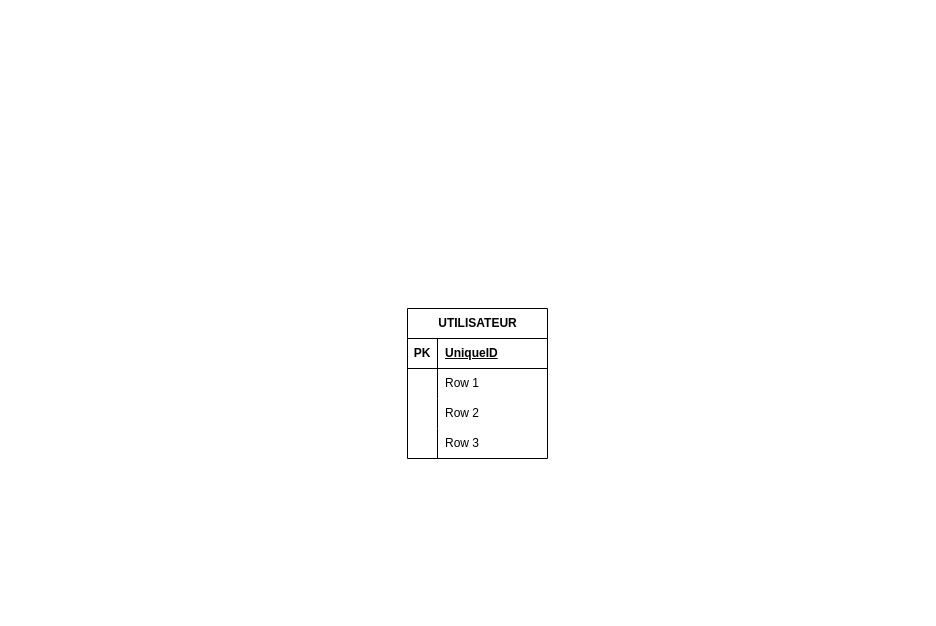
Above: Diagramme 2 sans nom.drawio in vsilvanska/examen-info-2023 (draw.io), before the change. Source tidied: cells renumbered, new cells numbered last; positions are measured from the earlier drawing's top-left corner, leaving out a move shared by most shapes. Both pictures are drawn from the tidied source at 100%, with x=0, y=0 at pixel (407, 308).
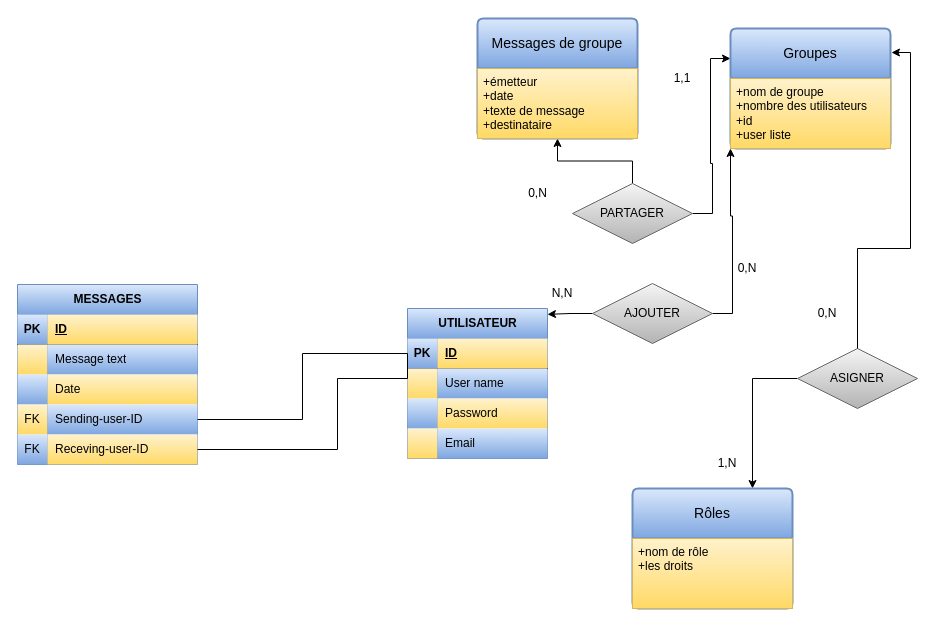
The same diagram, later.

Commit message (it also covers changes not shown here):
Mettre à jour Diagramme 2 sans nom.drawio

Unchanged cells that the change refers to:
```xml
<mxCell id="3" style="shape=tableRow;horizontal=0;startSize=0;swimlaneHead=0;swimlaneBody=0;fillColor=none;points=[[0,0.5],[1,0.5]];portConstraint=eastwest;top=0;left=0;right=0;bottom=1;" parent="2" vertex="1">
  <mxGeometry y="30" width="140" height="30" as="geometry" />
</mxCell>
```

The edit, as a diff of the source:
```diff
@@
-    <mxCell id="2" value="UTILISATEUR" style="shape=table;startSize=30;childLayout=tableLayout;rowLines=0;fontStyle=1;align=center;html=1;" parent="1" vertex="1">
+    <mxCell id="2" value="UTILISATEUR" style="shape=table;startSize=30;childLayout=tableLayout;rowLines=0;fontStyle=1;align=center;html=1;fillColor=#dae8fc;gradientColor=#7ea6e0;strokeColor=#6c8ebf;" parent="1" vertex="1">
       <mxGeometry width="140" height="150" as="geometry" />
     </mxCell>
@@
-    <mxCell id="4" value="PK" style="shape=partialRectangle;fillColor=none;top=0;left=0;bottom=0;right=0;fontStyle=1;overflow=hidden;whiteSpace=wrap;html=1;" parent="3" vertex="1">
+    <mxCell id="4" value="PK" style="shape=partialRectangle;fillColor=#dae8fc;top=0;left=0;bottom=0;right=0;fontStyle=1;overflow=hidden;whiteSpace=wrap;html=1;gradientColor=#7ea6e0;strokeColor=#6c8ebf;" parent="3" vertex="1">
       <mxGeometry width="30" height="30" as="geometry" />
     </mxCell>
-    <mxCell id="5" value="UniqueID" style="shape=partialRectangle;fillColor=none;top=0;left=0;bottom=0;right=0;align=left;spacingLeft=6;fontStyle=5;overflow=hidden;whiteSpace=wrap;html=1;" parent="3" vertex="1">
+    <mxCell id="5" value="ID" style="shape=partialRectangle;fillColor=#fff2cc;top=0;left=0;bottom=0;right=0;align=left;spacingLeft=6;fontStyle=5;overflow=hidden;whiteSpace=wrap;html=1;gradientColor=#ffd966;strokeColor=#d6b656;" parent="3" vertex="1">
       <mxGeometry x="30" width="110" height="30" as="geometry" />
     </mxCell>
-    <mxCell id="6" style="shape=tableRow;horizontal=0;startSize=0;swimlaneHead=0;swimlaneBody=0;fillColor=none;top=0;left=0;right=0;bottom=0;" parent="2" vertex="1">
-      <mxGeometry y="60" width="140" height="30" as="geometry" />
-    </mxCell>
-    <mxCell id="7" style="shape=partialRectangle;fillColor=none;top=0;left=0;bottom=0;right=0;overflow=hidden;whiteSpace=wrap;html=1;" parent="6" vertex="1">
-      <mxGeometry width="30" height="30" as="geometry" />
-    </mxCell>
-    <mxCell id="8" value="Row 1" style="shape=partialRectangle;fillColor=none;top=0;left=0;bottom=0;right=0;align=left;spacingLeft=6;overflow=hidden;whiteSpace=wrap;html=1;" parent="6" vertex="1">
-      <mxGeometry x="30" width="110" height="30" as="geometry" />
-    </mxCell>
     <mxCell id="9" style="shape=tableRow;horizontal=0;startSize=0;swimlaneHead=0;swimlaneBody=0;fillColor=none;top=0;left=0;right=0;bottom=0;" parent="2" vertex="1">
-      <mxGeometry y="90" width="140" height="30" as="geometry" />
+      <mxGeometry y="60" width="140" height="30" as="geometry" />
     </mxCell>
-    <mxCell id="10" style="shape=partialRectangle;fillColor=none;top=0;left=0;bottom=0;right=0;overflow=hidden;whiteSpace=wrap;html=1;" parent="9" vertex="1">
+    <mxCell id="10" style="shape=partialRectangle;fillColor=#fff2cc;top=0;left=0;bottom=0;right=0;overflow=hidden;whiteSpace=wrap;html=1;gradientColor=#ffd966;strokeColor=#d6b656;" parent="9" vertex="1">
       <mxGeometry width="30" height="30" as="geometry" />
     </mxCell>
-    <mxCell id="11" value="Row 2" style="shape=partialRectangle;fillColor=none;top=0;left=0;bottom=0;right=0;align=left;spacingLeft=6;overflow=hidden;whiteSpace=wrap;html=1;" parent="9" vertex="1">
+    <mxCell id="11" value="User name" style="shape=partialRectangle;fillColor=#dae8fc;top=0;left=0;bottom=0;right=0;align=left;spacingLeft=6;overflow=hidden;whiteSpace=wrap;html=1;gradientColor=#7ea6e0;strokeColor=#6c8ebf;" parent="9" vertex="1">
       <mxGeometry x="30" width="110" height="30" as="geometry" />
     </mxCell>
     <mxCell id="12" style="shape=tableRow;horizontal=0;startSize=0;swimlaneHead=0;swimlaneBody=0;fillColor=none;top=0;left=0;right=0;bottom=0;" parent="2" vertex="1">
-      <mxGeometry y="120" width="140" height="30" as="geometry" />
+      <mxGeometry y="90" width="140" height="30" as="geometry" />
     </mxCell>
-    <mxCell id="13" style="shape=partialRectangle;fillColor=none;top=0;left=0;bottom=0;right=0;overflow=hidden;whiteSpace=wrap;html=1;" parent="12" vertex="1">
+    <mxCell id="13" style="shape=partialRectangle;fillColor=#dae8fc;top=0;left=0;bottom=0;right=0;overflow=hidden;whiteSpace=wrap;html=1;gradientColor=#7ea6e0;strokeColor=#6c8ebf;" parent="12" vertex="1">
       <mxGeometry width="30" height="30" as="geometry" />
     </mxCell>
-    <mxCell id="14" value="Row 3" style="shape=partialRectangle;fillColor=none;top=0;left=0;bottom=0;right=0;align=left;spacingLeft=6;overflow=hidden;whiteSpace=wrap;html=1;" parent="12" vertex="1">
+    <mxCell id="14" value="Password" style="shape=partialRectangle;fillColor=#fff2cc;top=0;left=0;bottom=0;right=0;align=left;spacingLeft=6;overflow=hidden;whiteSpace=wrap;html=1;gradientColor=#ffd966;strokeColor=#d6b656;" parent="12" vertex="1">
       <mxGeometry x="30" width="110" height="30" as="geometry" />
     </mxCell>
+    <mxCell id="15" style="shape=tableRow;horizontal=0;startSize=0;swimlaneHead=0;swimlaneBody=0;fillColor=none;top=0;left=0;right=0;bottom=0;" parent="2" vertex="1">
+      <mxGeometry y="120" width="140" height="30" as="geometry" />
+    </mxCell>
+    <mxCell id="16" style="shape=partialRectangle;fillColor=#fff2cc;top=0;left=0;bottom=0;right=0;overflow=hidden;whiteSpace=wrap;html=1;gradientColor=#ffd966;strokeColor=#d6b656;" parent="15" vertex="1">
+      <mxGeometry width="30" height="30" as="geometry" />
+    </mxCell>
+    <mxCell id="17" value="Email" style="shape=partialRectangle;fillColor=#dae8fc;top=0;left=0;bottom=0;right=0;align=left;spacingLeft=6;overflow=hidden;whiteSpace=wrap;html=1;gradientColor=#7ea6e0;strokeColor=#6c8ebf;" parent="15" vertex="1">
+      <mxGeometry x="30" width="110" height="30" as="geometry" />
+    </mxCell>
+    <mxCell id="18" style="edgeStyle=orthogonalEdgeStyle;rounded=0;jettySize=auto;html=1;entryX=0.75;entryY=0;entryDx=0;entryDy=0;" parent="1" edge="1" source="19" target="32">
+      <mxGeometry relative="1" as="geometry" />
+    </mxCell>
+    <mxCell id="19" value="ASIGNER" style="shape=rhombus;perimeter=rhombusPerimeter;whiteSpace=wrap;html=1;align=center;fillColor=#f5f5f5;strokeColor=#666666;gradientColor=#b3b3b3;" parent="1" vertex="1">
+      <mxGeometry x="390" y="40" width="120" height="60" as="geometry" />
+    </mxCell>
+    <mxCell id="20" style="edgeStyle=orthogonalEdgeStyle;rounded=0;jettySize=auto;html=1;exitX=0;exitY=0.5;exitDx=0;exitDy=0;entryX=1;entryY=0.039;entryDx=0;entryDy=0;entryPerimeter=0;" parent="1" edge="1" source="22" target="2">
+      <mxGeometry relative="1" as="geometry" />
+    </mxCell>
+    <mxCell id="21" style="edgeStyle=orthogonalEdgeStyle;rounded=0;jettySize=auto;html=1;entryX=0;entryY=1;entryDx=0;entryDy=0;" parent="1" edge="1" source="22" target="35">
+      <mxGeometry relative="1" as="geometry" />
+    </mxCell>
+    <mxCell id="22" value="AJOUTER" style="shape=rhombus;perimeter=rhombusPerimeter;whiteSpace=wrap;html=1;align=center;fillColor=#f5f5f5;strokeColor=#666666;gradientColor=#b3b3b3;" parent="1" vertex="1">
+      <mxGeometry x="185" y="-25" width="120" height="60" as="geometry" />
+    </mxCell>
+    <mxCell id="23" style="edgeStyle=orthogonalEdgeStyle;rounded=0;jettySize=auto;html=1;entryX=0.5;entryY=1;entryDx=0;entryDy=0;" parent="1" edge="1" source="25" target="37">
+      <mxGeometry relative="1" as="geometry" />
+    </mxCell>
+    <mxCell id="24" style="edgeStyle=orthogonalEdgeStyle;rounded=0;jettySize=auto;html=1;entryX=0;entryY=0.25;entryDx=0;entryDy=0;" parent="1" edge="1" source="25" target="34">
+      <mxGeometry relative="1" as="geometry" />
+    </mxCell>
+    <mxCell id="25" value="PARTAGER" style="shape=rhombus;perimeter=rhombusPerimeter;whiteSpace=wrap;html=1;align=center;fillColor=#f5f5f5;strokeColor=#666666;gradientColor=#b3b3b3;" parent="1" vertex="1">
+      <mxGeometry x="165" y="-125" width="120" height="60" as="geometry" />
+    </mxCell>
+    <mxCell id="26" value="0,N" style="text;html=1;align=center;verticalAlign=middle;strokeColor=none;fillColor=none;" parent="1" vertex="1">
+      <mxGeometry x="110" y="-130" width="40" height="30" as="geometry" />
+    </mxCell>
+    <mxCell id="27" value="0,N" style="text;html=1;strokeColor=none;fillColor=none;align=center;verticalAlign=middle;whiteSpace=wrap;rounded=0;" parent="1" vertex="1">
+      <mxGeometry x="390" y="-10" width="60" height="30" as="geometry" />
+    </mxCell>
+    <mxCell id="28" value="1,N" style="text;html=1;strokeColor=none;fillColor=none;align=center;verticalAlign=middle;whiteSpace=wrap;rounded=0;" parent="1" vertex="1">
+      <mxGeometry x="290" y="140" width="60" height="30" as="geometry" />
+    </mxCell>
+    <mxCell id="29" value="N,N" style="text;html=1;strokeColor=none;fillColor=none;align=center;verticalAlign=middle;whiteSpace=wrap;rounded=0;" parent="1" vertex="1">
+      <mxGeometry x="125" y="-30" width="60" height="30" as="geometry" />
+    </mxCell>
+    <mxCell id="30" value="0,N" style="text;html=1;strokeColor=none;fillColor=none;align=center;verticalAlign=middle;whiteSpace=wrap;rounded=0;" parent="1" vertex="1">
+      <mxGeometry x="310" y="-55" width="60" height="30" as="geometry" />
+    </mxCell>
+    <mxCell id="31" value="1,1" style="text;html=1;strokeColor=none;fillColor=none;align=center;verticalAlign=middle;whiteSpace=wrap;rounded=0;" parent="1" vertex="1">
+      <mxGeometry x="245" y="-245" width="60" height="30" as="geometry" />
+    </mxCell>
+    <mxCell id="32" value="Rôles" style="swimlane;horizontal=1;startSize=50;rounded=1;fontSize=14;fontStyle=0;strokeWidth=2;shadow=0;dashed=0;align=center;arcSize=4;whiteSpace=wrap;html=1;fillColor=#dae8fc;gradientColor=#7ea6e0;strokeColor=#6c8ebf;" parent="1" vertex="1">
+      <mxGeometry x="225" y="180" width="160" height="120" as="geometry" />
+    </mxCell>
+    <mxCell id="33" value="+nom de rôle&lt;br&gt;+les droits" style="align=left;strokeColor=#d6b656;fillColor=#fff2cc;spacingLeft=4;fontSize=12;verticalAlign=top;html=1;gradientColor=#ffd966;" parent="32" vertex="1">
+      <mxGeometry y="50" width="160" height="70" as="geometry" />
+    </mxCell>
+    <mxCell id="34" value="Groupes" style="swimlane;horizontal=1;startSize=50;rounded=1;fontSize=14;fontStyle=0;strokeWidth=2;shadow=0;dashed=0;align=center;arcSize=4;whiteSpace=wrap;html=1;fillColor=#dae8fc;gradientColor=#7ea6e0;strokeColor=#6c8ebf;" parent="1" vertex="1">
+      <mxGeometry x="323" y="-280" width="160" height="120" as="geometry" />
+    </mxCell>
+    <mxCell id="35" value="+nom de groupe&lt;br&gt;+nombre des utilisateurs&lt;br&gt;+id&lt;br&gt;+user liste" style="align=left;strokeColor=#d6b656;fillColor=#fff2cc;spacingLeft=4;fontSize=12;verticalAlign=top;html=1;gradientColor=#ffd966;" parent="34" vertex="1">
+      <mxGeometry y="50" width="160" height="70" as="geometry" />
+    </mxCell>
+    <mxCell id="36" value="Messages de groupe" style="swimlane;horizontal=1;startSize=50;rounded=1;fontSize=14;fontStyle=0;strokeWidth=2;shadow=0;dashed=0;align=center;arcSize=4;whiteSpace=wrap;html=1;fillColor=#dae8fc;gradientColor=#7ea6e0;strokeColor=#6c8ebf;" parent="1" vertex="1">
+      <mxGeometry x="70" y="-290" width="160" height="120" as="geometry" />
+    </mxCell>
+    <mxCell id="37" value="+émetteur&lt;br&gt;+date&lt;br&gt;+texte de message&lt;br&gt;+destinataire" style="align=left;strokeColor=#d6b656;fillColor=#fff2cc;spacingLeft=4;fontSize=12;verticalAlign=top;html=1;gradientColor=#ffd966;" parent="36" vertex="1">
+      <mxGeometry y="50" width="160" height="70" as="geometry" />
+    </mxCell>
+    <mxCell id="38" style="edgeStyle=orthogonalEdgeStyle;rounded=0;jettySize=auto;html=1;entryX=1.006;entryY=0.2;entryDx=0;entryDy=0;entryPerimeter=0;" parent="1" edge="1" source="19" target="34">
+      <mxGeometry relative="1" as="geometry" />
+    </mxCell>
+    <mxCell id="39" value="MESSAGES" style="shape=table;startSize=30;childLayout=tableLayout;rowLines=0;fontStyle=1;align=center;html=1;fillColor=#dae8fc;gradientColor=#7ea6e0;strokeColor=#6c8ebf;" parent="1" vertex="1">
+      <mxGeometry x="-390" y="-24" width="180" height="180" as="geometry" />
+    </mxCell>
+    <mxCell id="40" style="shape=tableRow;horizontal=0;startSize=0;swimlaneHead=0;swimlaneBody=0;fillColor=none;top=0;left=0;right=0;bottom=1;" parent="39" vertex="1">
+      <mxGeometry y="30" width="180" height="30" as="geometry" />
+    </mxCell>
+    <mxCell id="41" value="PK" style="shape=partialRectangle;fillColor=#dae8fc;top=0;left=0;bottom=0;right=0;fontStyle=1;overflow=hidden;whiteSpace=wrap;html=1;gradientColor=#7ea6e0;strokeColor=#6c8ebf;" parent="40" vertex="1">
+      <mxGeometry width="30" height="30" as="geometry" />
+    </mxCell>
+    <mxCell id="42" value="ID" style="shape=partialRectangle;fillColor=#fff2cc;top=0;left=0;bottom=0;right=0;align=left;spacingLeft=6;fontStyle=5;overflow=hidden;whiteSpace=wrap;html=1;gradientColor=#ffd966;strokeColor=#d6b656;" parent="40" vertex="1">
+      <mxGeometry x="30" width="150" height="30" as="geometry" />
+    </mxCell>
+    <mxCell id="43" style="shape=tableRow;horizontal=0;startSize=0;swimlaneHead=0;swimlaneBody=0;fillColor=none;top=0;left=0;right=0;bottom=0;" parent="39" vertex="1">
+      <mxGeometry y="60" width="180" height="30" as="geometry" />
+    </mxCell>
+    <mxCell id="44" style="shape=partialRectangle;fillColor=#fff2cc;top=0;left=0;bottom=0;right=0;overflow=hidden;whiteSpace=wrap;html=1;gradientColor=#ffd966;strokeColor=#d6b656;" parent="43" vertex="1">
+      <mxGeometry width="30" height="30" as="geometry" />
+    </mxCell>
+    <mxCell id="45" value="Message text" style="shape=partialRectangle;fillColor=#dae8fc;top=0;left=0;bottom=0;right=0;align=left;spacingLeft=6;overflow=hidden;whiteSpace=wrap;html=1;gradientColor=#7ea6e0;strokeColor=#6c8ebf;" parent="43" vertex="1">
+      <mxGeometry x="30" width="150" height="30" as="geometry" />
+    </mxCell>
+    <mxCell id="46" style="shape=tableRow;horizontal=0;startSize=0;swimlaneHead=0;swimlaneBody=0;fillColor=none;top=0;left=0;right=0;bottom=0;" parent="39" vertex="1">
+      <mxGeometry y="90" width="180" height="30" as="geometry" />
+    </mxCell>
+    <mxCell id="47" style="shape=partialRectangle;fillColor=#dae8fc;top=0;left=0;bottom=0;right=0;overflow=hidden;whiteSpace=wrap;html=1;gradientColor=#7ea6e0;strokeColor=#6c8ebf;" parent="46" vertex="1">
+      <mxGeometry width="30" height="30" as="geometry" />
+    </mxCell>
+    <mxCell id="48" value="Date" style="shape=partialRectangle;fillColor=#fff2cc;top=0;left=0;bottom=0;right=0;align=left;spacingLeft=6;overflow=hidden;whiteSpace=wrap;html=1;gradientColor=#ffd966;strokeColor=#d6b656;" parent="46" vertex="1">
+      <mxGeometry x="30" width="150" height="30" as="geometry" />
+    </mxCell>
+    <mxCell id="49" style="shape=tableRow;horizontal=0;startSize=0;swimlaneHead=0;swimlaneBody=0;fillColor=none;top=0;left=0;right=0;bottom=0;" parent="39" vertex="1">
+      <mxGeometry y="120" width="180" height="30" as="geometry" />
+    </mxCell>
+    <mxCell id="50" value="FK" style="shape=partialRectangle;fillColor=#fff2cc;top=0;left=0;bottom=0;right=0;overflow=hidden;whiteSpace=wrap;html=1;gradientColor=#ffd966;strokeColor=#d6b656;" parent="49" vertex="1">
+      <mxGeometry width="30" height="30" as="geometry" />
+    </mxCell>
+    <mxCell id="51" value="Sending-user-ID" style="shape=partialRectangle;fillColor=#dae8fc;top=0;left=0;bottom=0;right=0;align=left;spacingLeft=6;overflow=hidden;whiteSpace=wrap;html=1;gradientColor=#7ea6e0;strokeColor=#6c8ebf;" parent="49" vertex="1">
+      <mxGeometry x="30" width="150" height="30" as="geometry" />
+    </mxCell>
+    <mxCell id="52" style="shape=tableRow;horizontal=0;startSize=0;swimlaneHead=0;swimlaneBody=0;fillColor=none;points=[[0,0.5],[1,0.5]];portConstraint=eastwest;top=0;left=0;right=0;bottom=0;" parent="39" vertex="1">
+      <mxGeometry y="150" width="180" height="30" as="geometry" />
+    </mxCell>
+    <mxCell id="53" value="FK" style="shape=partialRectangle;fillColor=#dae8fc;top=0;left=0;bottom=0;right=0;overflow=hidden;whiteSpace=wrap;html=1;gradientColor=#7ea6e0;strokeColor=#6c8ebf;" parent="52" vertex="1">
+      <mxGeometry width="30" height="30" as="geometry" />
+    </mxCell>
+    <mxCell id="54" value="Receving-user-ID" style="shape=partialRectangle;fillColor=#fff2cc;top=0;left=0;bottom=0;right=0;align=left;spacingLeft=6;overflow=hidden;whiteSpace=wrap;html=1;gradientColor=#ffd966;strokeColor=#d6b656;" parent="52" vertex="1">
+      <mxGeometry x="30" width="150" height="30" as="geometry" />
+    </mxCell>
+    <mxCell id="55" style="edgeStyle=orthogonalEdgeStyle;rounded=0;jettySize=auto;html=1;exitX=0;exitY=0.5;exitDx=0;exitDy=0;entryX=1;entryY=0.75;entryDx=0;entryDy=0;endArrow=none;endFill=0;" parent="1" edge="1" source="3" target="39">
+      <mxGeometry relative="1" as="geometry" />
+    </mxCell>
+    <mxCell id="56" style="edgeStyle=orthogonalEdgeStyle;rounded=0;jettySize=auto;html=1;exitX=0;exitY=0.5;exitDx=0;exitDy=0;entryX=1;entryY=0.5;entryDx=0;entryDy=0;endArrow=none;endFill=0;" parent="1" edge="1" source="3" target="52">
+      <mxGeometry relative="1" as="geometry">
+        <Array as="points">
+          <mxPoint y="70" />
+          <mxPoint x="-70" y="70" />
+          <mxPoint x="-70" y="141" />
+        </Array>
+      </mxGeometry>
+    </mxCell>
```
